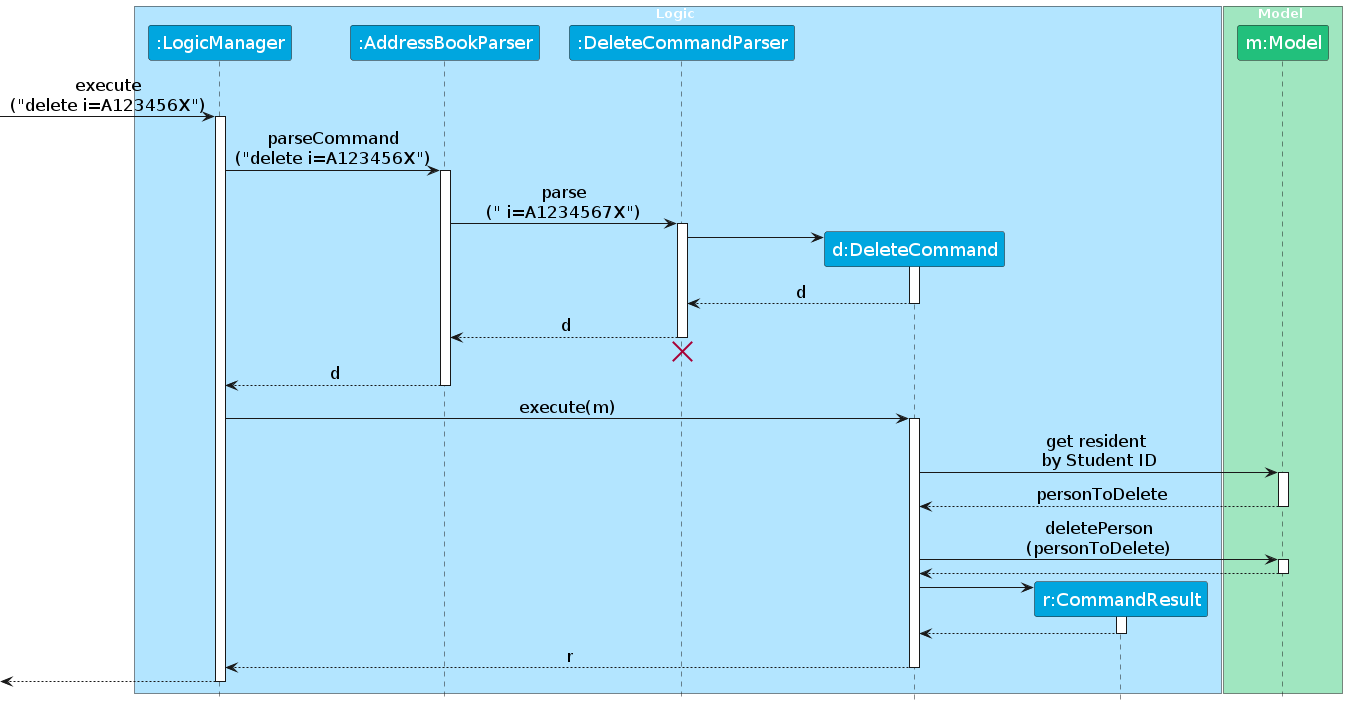
Before: diagrams/DeleteSequenceDiagram.png, a diagram exported from PlantUML (AY2526S2-CS2103T-T15-1/tp). Its source is kept beside it as diagrams/DeleteSequenceDiagram.puml. Its diagram source:
```plantuml
@startuml
!include style.puml
skinparam ArrowFontStyle plain
skinparam ArrowFontSize 17
skinparam DefaultFontStyle plain
skinparam SequenceParticipantFontStyle plain
skinparam ParticipantFontSize 18

box Logic LOGIC_COLOR_T1
participant ":LogicManager" as LogicManager LOGIC_COLOR
participant ":AddressBookParser" as AddressBookParser LOGIC_COLOR
participant ":DeleteCommandParser" as DeleteCommandParser LOGIC_COLOR
participant "d:DeleteCommand" as DeleteCommand LOGIC_COLOR
participant "r:CommandResult" as CommandResult LOGIC_COLOR
end box

box Model MODEL_COLOR_T1
participant "m:Model" as Model MODEL_COLOR
end box

[-> LogicManager : execute\n("delete i=A123456X")
activate LogicManager

LogicManager -> AddressBookParser : parseCommand\n("delete i=A123456X")
activate AddressBookParser

AddressBookParser -> DeleteCommandParser : parse\n(" i=A1234567X")
activate DeleteCommandParser

create DeleteCommand
DeleteCommandParser -> DeleteCommand
activate DeleteCommand

DeleteCommand --> DeleteCommandParser : d
deactivate DeleteCommand

DeleteCommandParser --> AddressBookParser : d
deactivate DeleteCommandParser
DeleteCommandParser -[hidden]-> AddressBookParser
destroy DeleteCommandParser

AddressBookParser --> LogicManager : d
deactivate AddressBookParser

LogicManager -> DeleteCommand : execute(m)
activate DeleteCommand

DeleteCommand -> Model : get resident \nby Student ID
activate Model
Model --> DeleteCommand : personToDelete
deactivate Model

DeleteCommand -> Model : deletePerson\n(personToDelete)
activate Model

Model --> DeleteCommand
deactivate Model

create CommandResult
DeleteCommand -> CommandResult
activate CommandResult

CommandResult --> DeleteCommand
deactivate CommandResult

DeleteCommand --> LogicManager : r
deactivate DeleteCommand

[<--LogicManager
deactivate LogicManager
@enduml
```
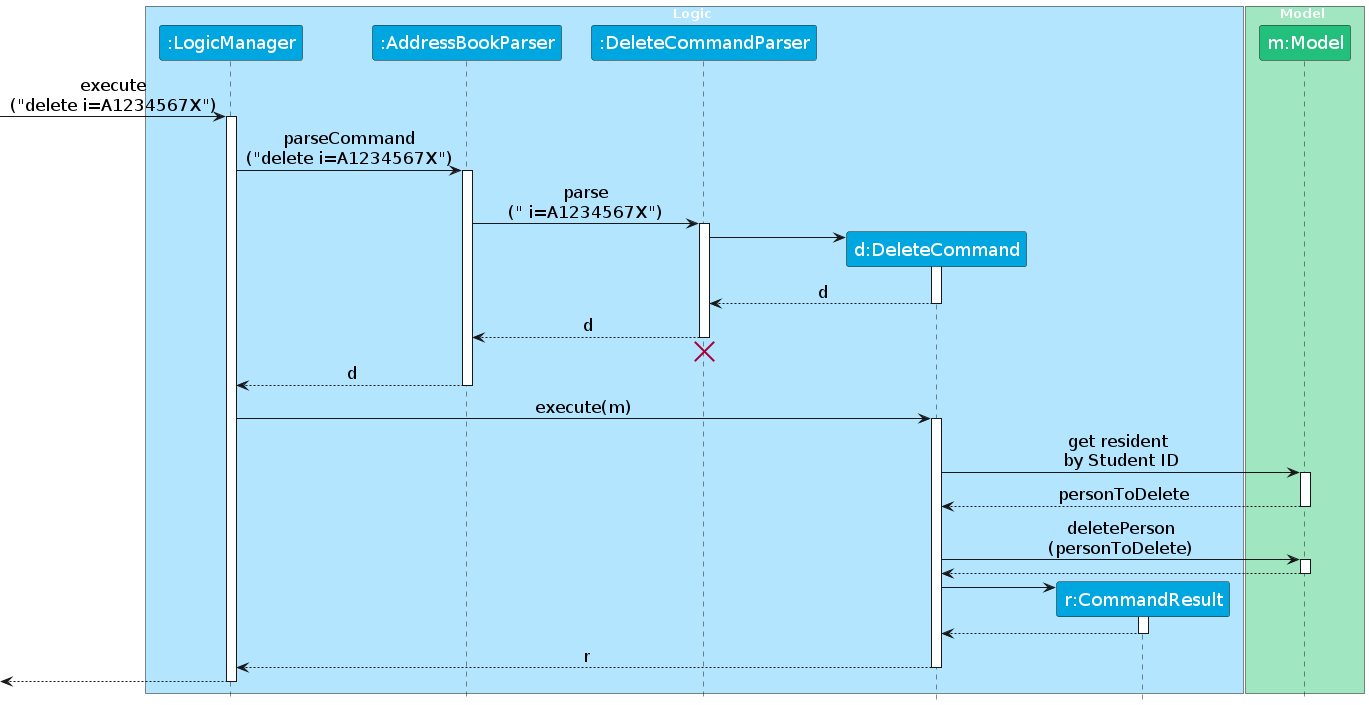
The same diagram one commit later.

The edit, as a diff of the source:
```diff
@@ -18,10 +18,10 @@
 participant "m:Model" as Model MODEL_COLOR
 end box
 
-[-> LogicManager : execute\n("delete i=A123456X")
+[-> LogicManager : execute\n("delete i=A1234567X")
 activate LogicManager
 
-LogicManager -> AddressBookParser : parseCommand\n("delete i=A123456X")
+LogicManager -> AddressBookParser : parseCommand\n("delete i=A1234567X")
 activate AddressBookParser
 
 AddressBookParser -> DeleteCommandParser : parse\n(" i=A1234567X")
```
